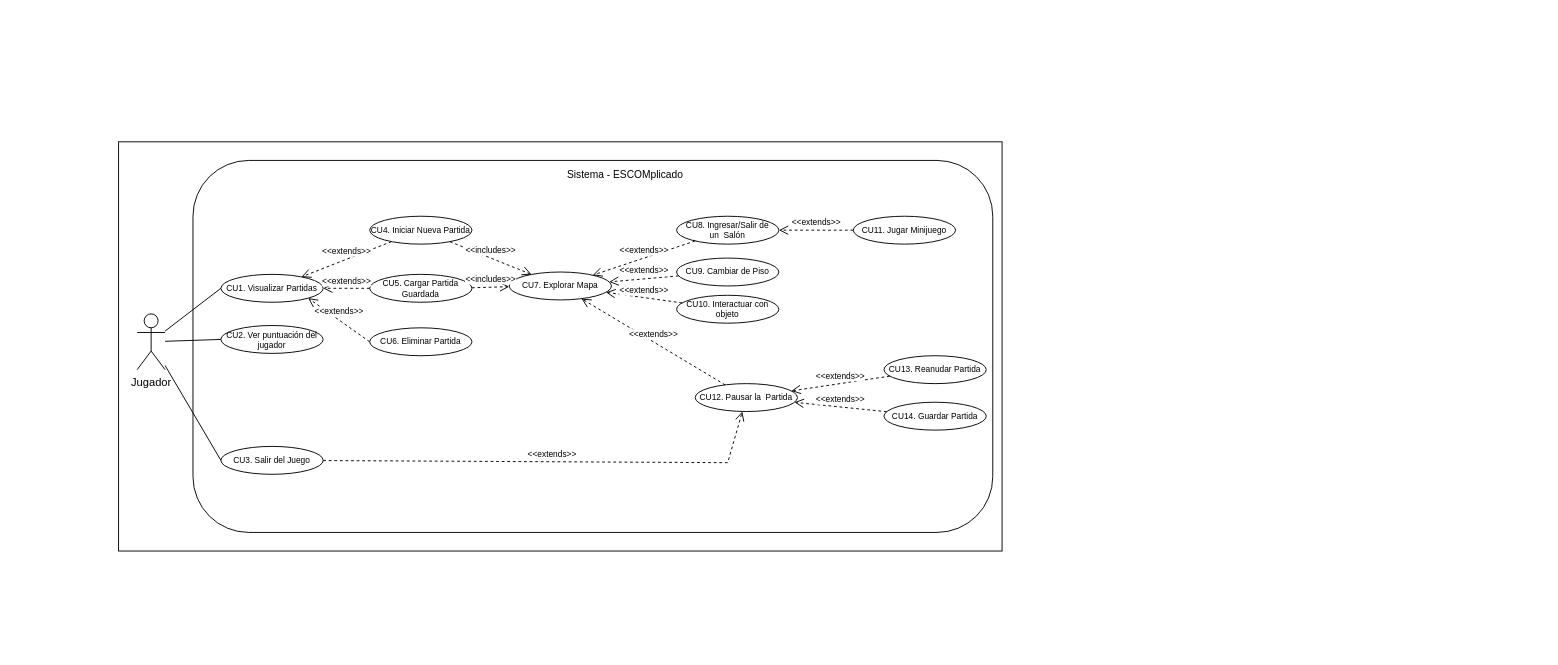
This is Diagrams/casos-de-uso.drawio from bdominguez99/Escomplicado, a draw.io file, before an edit. Source tidied: cells renumbered, new cells numbered last; positions are measured from the earlier drawing's top-left corner, leaving out a move shared by most shapes. Both pictures are drawn from the tidied source at 93%, with x=0, y=0 at pixel (118, 141).
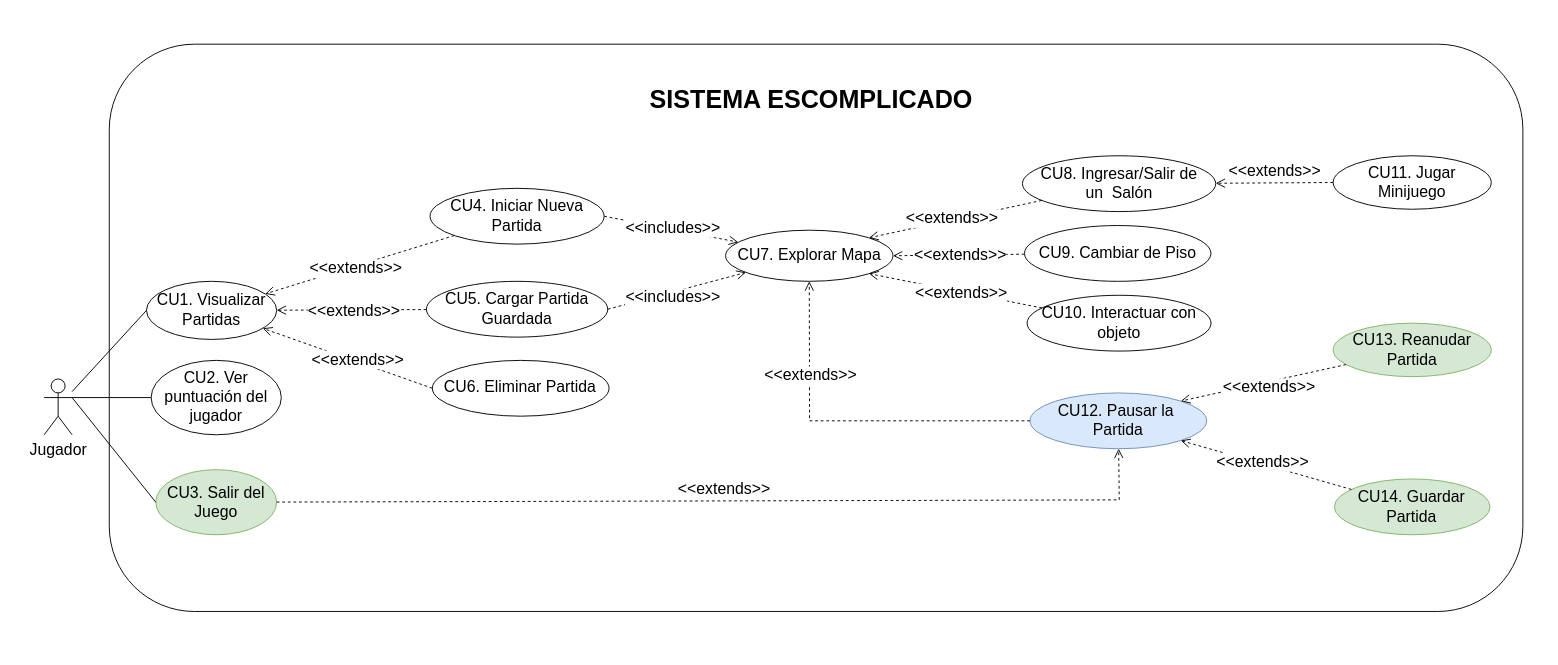
Above is the later version.

What changed in the source:
```diff
@@
-    <mxCell id="2" style="rounded=0;whiteSpace=wrap;html=1;fontSize=11;" parent="1" vertex="1">
-      <mxGeometry width="950" height="440" as="geometry" />
+    <mxCell id="2" style="rounded=0;whiteSpace=wrap;html=1;fontSize=17;labelBorderColor=#FFFFFF;strokeColor=#FFFFFF;" parent="1" vertex="1">
+      <mxGeometry x="-110" y="-135" width="1640" height="680" as="geometry" />
     </mxCell>
-    <mxCell id="3" style="rounded=1;whiteSpace=wrap;html=1;fontSize=7;" parent="1" vertex="1">
-      <mxGeometry x="80" y="20" width="860" height="400" as="geometry" />
+    <mxCell id="3" style="rounded=1;whiteSpace=wrap;html=1;fontSize=17;" parent="1" vertex="1">
+      <mxGeometry x="-10" y="-105" width="1520" height="610" as="geometry" />
     </mxCell>
-    <mxCell id="4" value="Jugador" style="shape=umlActor;verticalLabelPosition=bottom;verticalAlign=top;html=1;outlineConnect=0;" parent="1" vertex="1">
-      <mxGeometry x="20" y="185" width="30" height="60" as="geometry" />
+    <mxCell id="4" value="Jugador" style="shape=umlActor;verticalLabelPosition=bottom;verticalAlign=top;html=1;outlineConnect=0;fontSize=17;" parent="1" vertex="1">
+      <mxGeometry x="-80" y="255" width="30" height="60" as="geometry" />
     </mxCell>
-    <mxCell id="5" value="CU1. Visualizar Partidas" style="ellipse;whiteSpace=wrap;html=1;fontSize=9;" parent="1" vertex="1">
-      <mxGeometry x="110" y="142.5" width="110" height="30" as="geometry" />
+    <mxCell id="5" value="CU1. Visualizar Partidas" style="ellipse;whiteSpace=wrap;html=1;fontSize=17;" parent="1" vertex="1">
+      <mxGeometry x="30" y="150" width="140" height="62.5" as="geometry" />
     </mxCell>
-    <mxCell id="6" value="CU3. Salir del Juego" style="ellipse;whiteSpace=wrap;html=1;fontSize=9;" parent="1" vertex="1">
-      <mxGeometry x="110" y="327.5" width="110" height="30" as="geometry" />
+    <mxCell id="6" value="CU3. Salir del Juego" style="ellipse;whiteSpace=wrap;html=1;fontSize=17;fillColor=#d5e8d4;strokeColor=#82b366;" parent="1" vertex="1">
+      <mxGeometry x="40" y="352.5" width="130" height="70" as="geometry" />
     </mxCell>
-    <mxCell id="7" value="CU11. Jugar Minijuego" style="ellipse;whiteSpace=wrap;html=1;fontSize=9;" parent="1" vertex="1">
-      <mxGeometry x="790" y="80" width="110" height="30" as="geometry" />
+    <mxCell id="7" value="CU11. Jugar Minijuego" style="ellipse;whiteSpace=wrap;html=1;fontSize=17;" parent="1" vertex="1">
+      <mxGeometry x="1306" y="15" width="170" height="57.5" as="geometry" />
     </mxCell>
-    <mxCell id="8" value="CU8. Ingresar/Salir de &lt;br&gt;un&amp;nbsp; Salón" style="ellipse;whiteSpace=wrap;html=1;fontSize=9;" parent="1" vertex="1">
-      <mxGeometry x="600" y="80" width="110" height="30" as="geometry" />
+    <mxCell id="8" value="CU8. Ingresar/Salir de &lt;br style=&quot;font-size: 17px;&quot;&gt;un&amp;nbsp; Salón" style="ellipse;whiteSpace=wrap;html=1;fontSize=17;" parent="1" vertex="1">
+      <mxGeometry x="971.9" y="15" width="207.8" height="60" as="geometry" />
     </mxCell>
-    <mxCell id="9" value="CU5. Cargar Partida Guardada" style="ellipse;whiteSpace=wrap;html=1;fontSize=9;" parent="1" vertex="1">
-      <mxGeometry x="270" y="142.5" width="110" height="30" as="geometry" />
+    <mxCell id="9" value="CU5. Cargar Partida Guardada" style="ellipse;whiteSpace=wrap;html=1;fontSize=17;" parent="1" vertex="1">
+      <mxGeometry x="331" y="150" width="195" height="60" as="geometry" />
     </mxCell>
-    <mxCell id="10" value="CU6. Eliminar Partida" style="ellipse;whiteSpace=wrap;html=1;fontSize=9;" parent="1" vertex="1">
-      <mxGeometry x="270" y="200" width="110" height="30" as="geometry" />
+    <mxCell id="10" value="CU6. Eliminar Partida" style="ellipse;whiteSpace=wrap;html=1;fontSize=17;" parent="1" vertex="1">
+      <mxGeometry x="337.4" y="235" width="190" height="60" as="geometry" />
     </mxCell>
-    <mxCell id="11" value="CU9. Cambiar de Piso" style="ellipse;whiteSpace=wrap;html=1;fontSize=9;" parent="1" vertex="1">
-      <mxGeometry x="600" y="125" width="110" height="30" as="geometry" />
+    <mxCell id="11" value="CU9. Cambiar de Piso" style="ellipse;whiteSpace=wrap;html=1;fontSize=17;" parent="1" vertex="1">
+      <mxGeometry x="974.1" y="90" width="200.5" height="60" as="geometry" />
     </mxCell>
-    <mxCell id="12" value="CU12. Pausar la&amp;nbsp; Partida" style="ellipse;whiteSpace=wrap;html=1;fontSize=9;" parent="1" vertex="1">
-      <mxGeometry x="620" y="260" width="110" height="30" as="geometry" />
+    <mxCell id="12" value="CU12. Pausar la&amp;nbsp; Partida" style="ellipse;whiteSpace=wrap;html=1;fontSize=17;fillColor=#dae8fc;strokeColor=#6c8ebf;" parent="1" vertex="1">
+      <mxGeometry x="980" y="270" width="190" height="60" as="geometry" />
     </mxCell>
-    <mxCell id="13" value="CU13. Reanudar Partida" style="ellipse;whiteSpace=wrap;html=1;fontSize=9;" parent="1" vertex="1">
-      <mxGeometry x="823" y="230" width="110" height="30" as="geometry" />
+    <mxCell id="13" value="CU13. Reanudar Partida" style="ellipse;whiteSpace=wrap;html=1;fontSize=17;fillColor=#d5e8d4;strokeColor=#82b366;" parent="1" vertex="1">
+      <mxGeometry x="1306" y="195" width="170" height="57.5" as="geometry" />
     </mxCell>
-    <mxCell id="14" value="CU14. Guardar Partida" style="ellipse;whiteSpace=wrap;html=1;fontSize=9;" parent="1" vertex="1">
-      <mxGeometry x="823" y="280" width="110" height="30" as="geometry" />
+    <mxCell id="14" value="CU14. Guardar Partida" style="ellipse;whiteSpace=wrap;html=1;fontSize=17;fillColor=#d5e8d4;strokeColor=#82b366;" parent="1" vertex="1">
+      <mxGeometry x="1307.3" y="362.5" width="167.4" height="60" as="geometry" />
     </mxCell>
-    <mxCell id="15" style="endArrow=none;html=1;rounded=0;fontSize=7;entryX=0;entryY=0.5;entryDx=0;entryDy=0;" parent="1" edge="1" source="4" target="5">
+    <mxCell id="15" style="endArrow=none;html=1;rounded=0;fontSize=17;entryX=0;entryY=0.5;entryDx=0;entryDy=0;" parent="1" edge="1" source="4" target="5">
       <mxGeometry relative="1" as="geometry" />
     </mxCell>
-    <mxCell id="16" style="endArrow=none;html=1;rounded=0;fontSize=7;entryX=0;entryY=0.5;entryDx=0;entryDy=0;" parent="1" edge="1" source="4" target="6">
+    <mxCell id="16" style="endArrow=none;html=1;rounded=0;fontSize=17;entryX=0;entryY=0.5;entryDx=0;entryDy=0;exitX=1;exitY=0.3333333333333333;exitDx=0;exitDy=0;exitPerimeter=0;" parent="1" edge="1" source="4" target="6">
       <mxGeometry relative="1" as="geometry" />
     </mxCell>
-    <mxCell id="17" value="CU7. Explorar Mapa" style="ellipse;whiteSpace=wrap;html=1;fontSize=9;" parent="1" vertex="1">
-      <mxGeometry x="420" y="140" width="110" height="30" as="geometry" />
+    <mxCell id="17" value="CU7. Explorar Mapa" style="ellipse;whiteSpace=wrap;html=1;fontSize=17;" parent="1" vertex="1">
+      <mxGeometry x="652.7" y="95" width="180" height="55" as="geometry" />
     </mxCell>
-    <mxCell id="18" value="&amp;lt;&amp;lt;extends&amp;gt;&amp;gt;" style="html=1;verticalAlign=bottom;endArrow=open;dashed=1;endSize=8;rounded=0;fontSize=9;" parent="1" edge="1" source="27" target="5">
-      <mxGeometry relative="1" as="geometry" />
+    <mxCell id="18" value="&amp;lt;&amp;lt;extends&amp;gt;&amp;gt;" style="html=1;verticalAlign=bottom;endArrow=open;dashed=1;endSize=8;rounded=0;fontSize=17;" parent="1" edge="1" source="27" target="5">
+      <mxGeometry x="0.08" y="15" relative="1" as="geometry" />
     </mxCell>
-    <mxCell id="19" value="&amp;lt;&amp;lt;extends&amp;gt;&amp;gt;" style="html=1;verticalAlign=bottom;endArrow=open;dashed=1;endSize=8;rounded=0;fontSize=9;entryX=1;entryY=0.5;entryDx=0;entryDy=0;" parent="1" edge="1" source="9" target="5">
-      <mxGeometry relative="1" as="geometry" />
+    <mxCell id="19" value="&amp;lt;&amp;lt;extends&amp;gt;&amp;gt;" style="html=1;verticalAlign=bottom;endArrow=open;dashed=1;endSize=8;rounded=0;fontSize=17;" parent="1" edge="1" source="9" target="5">
+      <mxGeometry x="-0.03" y="14" relative="1" as="geometry" />
     </mxCell>
-    <mxCell id="20" value="&amp;lt;&amp;lt;extends&amp;gt;&amp;gt;" style="html=1;verticalAlign=bottom;endArrow=open;dashed=1;endSize=8;rounded=0;fontSize=9;entryX=1;entryY=1;entryDx=0;entryDy=0;exitX=0;exitY=0.5;exitDx=0;exitDy=0;" parent="1" edge="1" source="10" target="5">
-      <mxGeometry relative="1" as="geometry" />
+    <mxCell id="20" value="&amp;lt;&amp;lt;extends&amp;gt;&amp;gt;" style="html=1;verticalAlign=bottom;endArrow=open;dashed=1;endSize=8;rounded=0;fontSize=17;exitX=0;exitY=0.5;exitDx=0;exitDy=0;" parent="1" edge="1" source="10" target="5">
+      <mxGeometry x="-0.15" y="9" relative="1" as="geometry">
+        <mxPoint y="1" as="offset" />
+      </mxGeometry>
     </mxCell>
-    <mxCell id="21" value="&amp;lt;&amp;lt;extends&amp;gt;&amp;gt;" style="html=1;verticalAlign=bottom;endArrow=open;dashed=1;endSize=8;rounded=0;fontSize=9;exitX=0;exitY=0.5;exitDx=0;exitDy=0;" parent="1" edge="1" source="7" target="8">
+    <mxCell id="21" value="&amp;lt;&amp;lt;extends&amp;gt;&amp;gt;" style="html=1;verticalAlign=bottom;endArrow=open;dashed=1;endSize=8;rounded=0;fontSize=17;exitX=0;exitY=0.5;exitDx=0;exitDy=0;" parent="1" edge="1" source="7" target="8">
       <mxGeometry relative="1" as="geometry" />
     </mxCell>
-    <mxCell id="22" value="&amp;lt;&amp;lt;extends&amp;gt;&amp;gt;" style="html=1;verticalAlign=bottom;endArrow=open;dashed=1;endSize=8;rounded=0;fontSize=9;" parent="1" edge="1" source="12" target="17">
-      <mxGeometry relative="1" as="geometry" />
+    <mxCell id="22" value="&amp;lt;&amp;lt;extends&amp;gt;&amp;gt;" style="html=1;verticalAlign=bottom;endArrow=open;dashed=1;endSize=8;rounded=0;fontSize=17;entryX=0.5;entryY=1;entryDx=0;entryDy=0;" parent="1" edge="1" source="12" target="17">
+      <mxGeometry x="0.41" y="-1" relative="1" as="geometry">
+        <Array as="points">
+          <mxPoint x="743" y="300" />
+        </Array>
+      </mxGeometry>
     </mxCell>
-    <mxCell id="23" value="&amp;lt;&amp;lt;extends&amp;gt;&amp;gt;" style="html=1;verticalAlign=bottom;endArrow=open;dashed=1;endSize=8;rounded=0;fontSize=9;" parent="1" edge="1" source="14" target="12">
-      <mxGeometry relative="1" as="geometry" />
+    <mxCell id="23" value="&amp;lt;&amp;lt;extends&amp;gt;&amp;gt;" style="html=1;verticalAlign=bottom;endArrow=open;dashed=1;endSize=8;rounded=0;fontSize=17;entryX=1;entryY=1;entryDx=0;entryDy=0;" parent="1" edge="1" source="14" target="12">
+      <mxGeometry x="0.02" y="10" relative="1" as="geometry" />
     </mxCell>
-    <mxCell id="24" value="&amp;lt;&amp;lt;extends&amp;gt;&amp;gt;" style="html=1;verticalAlign=bottom;endArrow=open;dashed=1;endSize=8;rounded=0;fontSize=9;" parent="1" edge="1" source="6" target="12">
+    <mxCell id="24" value="&amp;lt;&amp;lt;extends&amp;gt;&amp;gt;" style="html=1;verticalAlign=bottom;endArrow=open;dashed=1;endSize=8;rounded=0;fontSize=17;" parent="1" edge="1" source="6" target="12">
       <mxGeometry relative="1" as="geometry">
         <Array as="points">
-          <mxPoint x="655" y="345" />
+          <mxPoint x="1076" y="385" />
         </Array>
       </mxGeometry>
     </mxCell>
-    <mxCell id="25" value="&amp;lt;&amp;lt;includes&amp;gt;&amp;gt;" style="html=1;verticalAlign=bottom;endArrow=open;dashed=1;endSize=8;rounded=0;fontSize=9;" parent="1" edge="1" source="9" target="17">
-      <mxGeometry relative="1" as="geometry" />
+    <mxCell id="25" value="&amp;lt;&amp;lt;includes&amp;gt;&amp;gt;" style="html=1;verticalAlign=bottom;endArrow=open;dashed=1;endSize=8;rounded=0;fontSize=17;exitX=1;exitY=0.5;exitDx=0;exitDy=0;" parent="1" edge="1" source="9" target="17">
+      <mxGeometry x="-0.12" y="-18" relative="1" as="geometry" />
     </mxCell>
-    <mxCell id="26" value="Sistema - ESCOMplicado" style="text;html=1;strokeColor=none;fillColor=none;align=center;verticalAlign=middle;whiteSpace=wrap;rounded=0;fontSize=11;" parent="1" vertex="1">
-      <mxGeometry x="470" y="20" width="150" height="30" as="geometry" />
+    <mxCell id="26" value="SISTEMA ESCOMPLICADO" style="text;html=1;strokeColor=none;fillColor=none;align=center;verticalAlign=middle;whiteSpace=wrap;rounded=0;fontSize=27;fontStyle=1;" parent="1" vertex="1">
+      <mxGeometry x="309.6" y="-115" width="870" height="140" as="geometry" />
     </mxCell>
-    <mxCell id="27" value="CU4. Iniciar Nueva Partida" style="ellipse;whiteSpace=wrap;html=1;fontSize=9;" parent="1" vertex="1">
-      <mxGeometry x="270" y="80" width="110" height="30" as="geometry" />
+    <mxCell id="27" value="CU4. Iniciar Nueva Partida" style="ellipse;whiteSpace=wrap;html=1;fontSize=17;" parent="1" vertex="1">
+      <mxGeometry x="334.9" y="50" width="187.2" height="60" as="geometry" />
     </mxCell>
-    <mxCell id="28" value="CU2. Ver puntuación del jugador" style="ellipse;whiteSpace=wrap;html=1;fontSize=9;" parent="1" vertex="1">
-      <mxGeometry x="110" y="197.5" width="110" height="30" as="geometry" />
+    <mxCell id="28" value="CU2. Ver puntuación del jugador" style="ellipse;whiteSpace=wrap;html=1;fontSize=17;" parent="1" vertex="1">
+      <mxGeometry x="35" y="235" width="140" height="80" as="geometry" />
     </mxCell>
-    <mxCell id="29" value="CU10. Interactuar con objeto" style="ellipse;whiteSpace=wrap;html=1;fontSize=9;" parent="1" vertex="1">
-      <mxGeometry x="600" y="165" width="110" height="30" as="geometry" />
+    <mxCell id="29" value="CU10. Interactuar con objeto" style="ellipse;whiteSpace=wrap;html=1;fontSize=17;" parent="1" vertex="1">
+      <mxGeometry x="976.9" y="165" width="197.8" height="60" as="geometry" />
     </mxCell>
-    <mxCell id="30" style="endArrow=none;html=1;rounded=0;fontSize=7;entryX=0;entryY=0.5;entryDx=0;entryDy=0;" parent="1" edge="1" source="4" target="28">
+    <mxCell id="30" style="endArrow=none;html=1;rounded=0;fontSize=17;entryX=0;entryY=0.5;entryDx=0;entryDy=0;exitX=1;exitY=0.3333333333333333;exitDx=0;exitDy=0;exitPerimeter=0;" parent="1" edge="1" source="4" target="28">
       <mxGeometry relative="1" as="geometry" />
     </mxCell>
-    <mxCell id="31" value="&amp;lt;&amp;lt;extends&amp;gt;&amp;gt;" style="html=1;verticalAlign=bottom;endArrow=open;dashed=1;endSize=8;rounded=0;fontSize=9;" parent="1" edge="1" source="13" target="12">
-      <mxGeometry relative="1" as="geometry" />
+    <mxCell id="31" value="&amp;lt;&amp;lt;extends&amp;gt;&amp;gt;" style="html=1;verticalAlign=bottom;endArrow=open;dashed=1;endSize=8;rounded=0;fontSize=17;entryX=1;entryY=0;entryDx=0;entryDy=0;" parent="1" edge="1" source="13" target="12">
+      <mxGeometry x="-0.02" y="19" relative="1" as="geometry" />
     </mxCell>
-    <mxCell id="32" value="&amp;lt;&amp;lt;extends&amp;gt;&amp;gt;" style="html=1;verticalAlign=bottom;endArrow=open;dashed=1;endSize=8;rounded=0;fontSize=9;" parent="1" edge="1" source="29" target="17">
-      <mxGeometry relative="1" as="geometry" />
+    <mxCell id="32" value="&amp;lt;&amp;lt;extends&amp;gt;&amp;gt;" style="html=1;verticalAlign=bottom;endArrow=open;dashed=1;endSize=8;rounded=0;fontSize=17;entryX=1;entryY=1;entryDx=0;entryDy=0;" parent="1" edge="1" source="29" target="17">
+      <mxGeometry x="-0.09" y="13" relative="1" as="geometry" />
     </mxCell>
-    <mxCell id="33" value="&amp;lt;&amp;lt;extends&amp;gt;&amp;gt;" style="html=1;verticalAlign=bottom;endArrow=open;dashed=1;endSize=8;rounded=0;fontSize=9;" parent="1" edge="1" source="11" target="17">
-      <mxGeometry relative="1" as="geometry" />
+    <mxCell id="33" value="&amp;lt;&amp;lt;extends&amp;gt;&amp;gt;" style="html=1;verticalAlign=bottom;endArrow=open;dashed=1;endSize=8;rounded=0;fontSize=17;entryX=1;entryY=0.5;entryDx=0;entryDy=0;" parent="1" edge="1" source="11" target="17">
+      <mxGeometry x="-0.03" y="13" relative="1" as="geometry" />
     </mxCell>
-    <mxCell id="34" value="&amp;lt;&amp;lt;extends&amp;gt;&amp;gt;" style="html=1;verticalAlign=bottom;endArrow=open;dashed=1;endSize=8;rounded=0;fontSize=9;" parent="1" edge="1" source="8" target="17">
-      <mxGeometry relative="1" as="geometry" />
+    <mxCell id="34" value="&amp;lt;&amp;lt;extends&amp;gt;&amp;gt;" style="html=1;verticalAlign=bottom;endArrow=open;dashed=1;endSize=8;rounded=0;fontSize=17;entryX=1;entryY=0;entryDx=0;entryDy=0;" parent="1" edge="1" source="8" target="17">
+      <mxGeometry x="0.06" y="11" relative="1" as="geometry" />
     </mxCell>
-    <mxCell id="35" value="&amp;lt;&amp;lt;includes&amp;gt;&amp;gt;" style="html=1;verticalAlign=bottom;endArrow=open;dashed=1;endSize=8;rounded=0;fontSize=9;" parent="1" edge="1" source="27" target="17">
-      <mxGeometry relative="1" as="geometry" />
+    <mxCell id="35" value="&amp;lt;&amp;lt;includes&amp;gt;&amp;gt;" style="html=1;verticalAlign=bottom;endArrow=open;dashed=1;endSize=8;rounded=0;fontSize=17;exitX=1;exitY=0.5;exitDx=0;exitDy=0;" parent="1" edge="1" source="27" target="17">
+      <mxGeometry x="0.05" y="-11" relative="1" as="geometry" />
     </mxCell>
```
